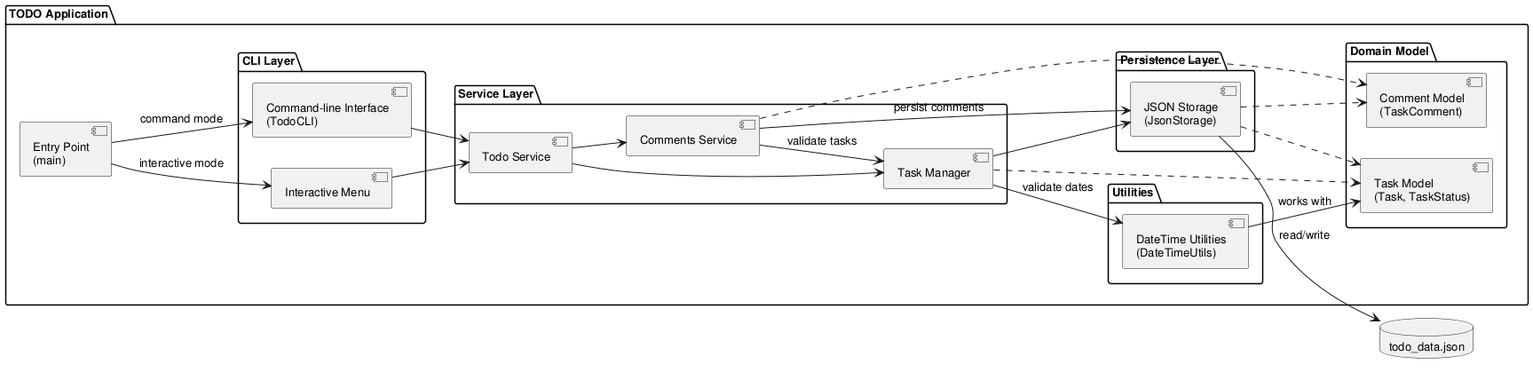
DanielRiha8906/Software_autoevolution_using_agents keeps this PlantUML diagram as experiments/supervisor_as_tools/user_stories/TODO/artifacts/component_diagram.png. Above is the earlier version.
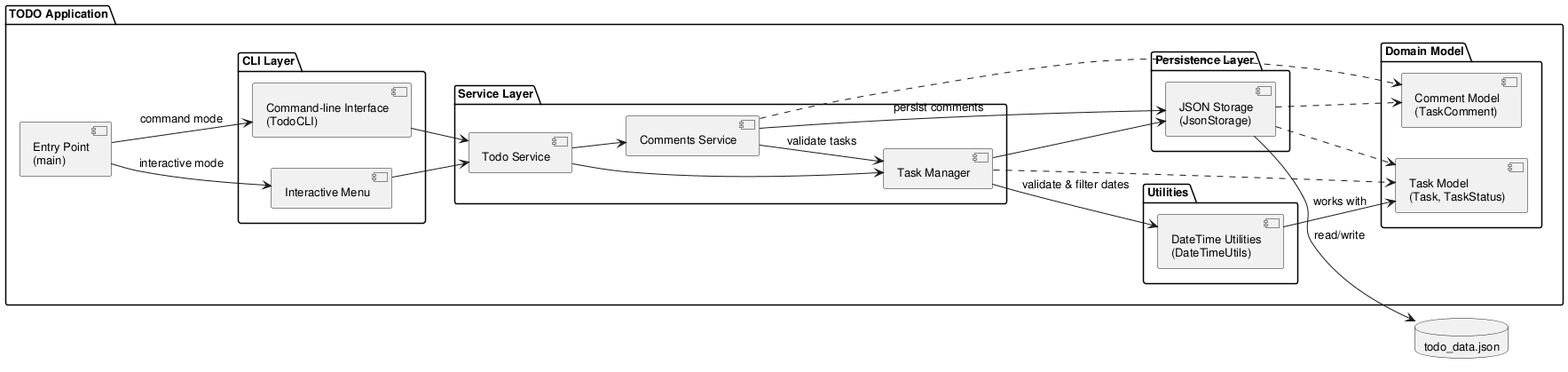
After the change.

Change to the diagram source:
```diff
@@ -46,7 +46,7 @@
 SVC --> CMT
 
 MGR --> Storage
-MGR --> DTUtils : validate dates
+MGR --> DTUtils : validate & filter dates
 MGR ..> Model
 CMT --> Storage : persist comments
 CMT --> MGR : validate tasks
```
